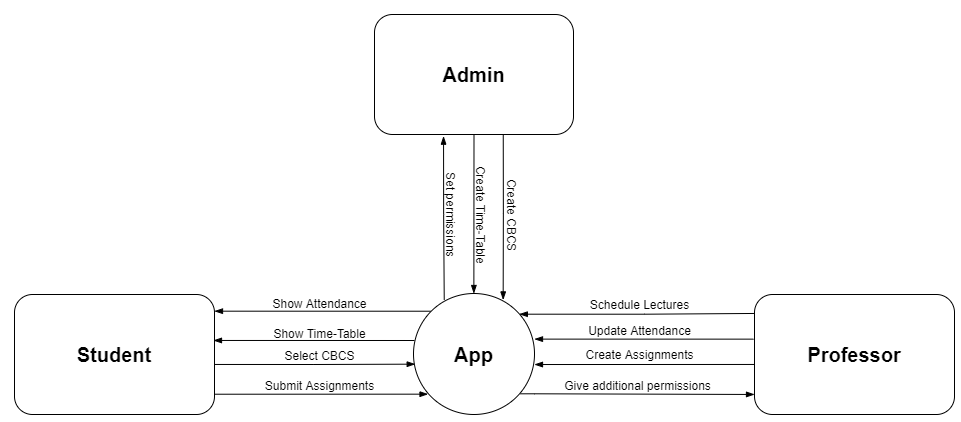
This is miscellaneous/DFD_Level_0.png from Epic-ERP/media, a draw.io export, as it was before one commit. Source tidied: cells renumbered, new cells last; positions are measured from the earlier drawing's top-left corner, leaving out a move shared by most shapes.
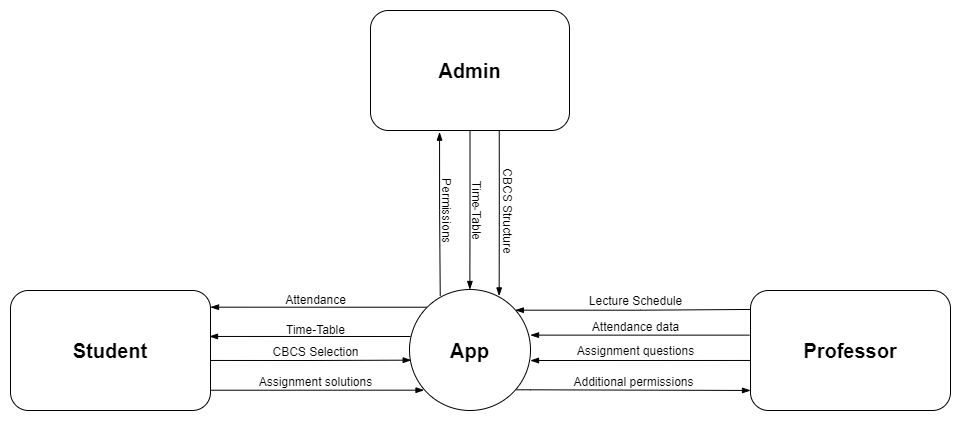
After the change.

The edit, as a diff of the source:
```diff
@@ -17,8 +17,8 @@
     <mxCell id="6" value="&lt;font style=&quot;font-size: 20px&quot;&gt;&lt;b&gt;App&lt;/b&gt;&lt;/font&gt;" style="ellipse;whiteSpace=wrap;html=1;" parent="1" vertex="1">
       <mxGeometry x="399" y="279" width="121" height="121" as="geometry" />
     </mxCell>
-    <mxCell id="7" value="&lt;font style=&quot;font-size: 12px&quot;&gt;Show Attendance&lt;/font&gt;" style="text;html=1;align=center;verticalAlign=middle;" parent="1" vertex="1">
-      <mxGeometry x="250" y="279" width="110" height="20" as="geometry" />
+    <mxCell id="7" value="&lt;font style=&quot;font-size: 12px&quot;&gt;Attendance&lt;/font&gt;" style="text;html=1;align=center;verticalAlign=middle;" parent="1" vertex="1">
+      <mxGeometry x="265" y="279" width="80" height="20" as="geometry" />
     </mxCell>
     <mxCell id="8" style="edgeStyle=orthogonalEdgeStyle;rounded=0;jettySize=auto;html=1;startArrow=none;startFill=0;endArrow=blockThin;endFill=1;exitX=1.001;exitY=0.583;exitDx=0;exitDy=0;exitPerimeter=0;entryX=0.014;entryY=0.584;entryDx=0;entryDy=0;entryPerimeter=0;" parent="1" edge="1" source="3" target="6">
       <mxGeometry relative="1" as="geometry" />
@@ -28,8 +28,8 @@
         <mxPoint x="400" y="326" as="targetPoint" />
       </mxGeometry>
     </mxCell>
-    <mxCell id="10" value="&lt;font style=&quot;font-size: 12px&quot;&gt;Show Time-Table&lt;br&gt;&lt;/font&gt;" style="text;html=1;align=center;verticalAlign=middle;spacingBottom=3;" parent="1" vertex="1">
-      <mxGeometry x="250" y="310" width="110" height="20" as="geometry" />
+    <mxCell id="10" value="&lt;font style=&quot;font-size: 12px&quot;&gt;Time-Table&lt;br&gt;&lt;/font&gt;" style="text;html=1;align=center;verticalAlign=middle;spacingBottom=3;" parent="1" vertex="1">
+      <mxGeometry x="270" y="310" width="70" height="20" as="geometry" />
     </mxCell>
     <mxCell id="11" style="edgeStyle=orthogonalEdgeStyle;rounded=0;jettySize=auto;html=1;startArrow=none;startFill=0;endArrow=blockThin;endFill=1;entryX=0.12;entryY=0.832;entryDx=0;entryDy=0;entryPerimeter=0;exitX=0.999;exitY=0.831;exitDx=0;exitDy=0;exitPerimeter=0;" parent="1" edge="1" source="3" target="6">
       <mxGeometry relative="1" as="geometry" />
@@ -40,11 +40,11 @@
     <mxCell id="13" style="edgeStyle=orthogonalEdgeStyle;rounded=0;jettySize=auto;html=1;startArrow=blockThin;startFill=1;endArrow=none;endFill=0;exitX=1;exitY=0.587;exitDx=0;exitDy=0;exitPerimeter=0;entryX=0;entryY=0.583;entryDx=0;entryDy=0;entryPerimeter=0;" parent="1" edge="1" source="6" target="4">
       <mxGeometry relative="1" as="geometry" />
     </mxCell>
-    <mxCell id="14" value="&lt;font style=&quot;font-size: 12px&quot;&gt;Select CBCS&lt;br&gt;&lt;/font&gt;" style="text;html=1;align=center;verticalAlign=middle;spacingLeft=0;spacingBottom=-3;" parent="1" vertex="1">
-      <mxGeometry x="260" y="329.5" width="90" height="20" as="geometry" />
+    <mxCell id="14" value="&lt;font style=&quot;font-size: 12px&quot;&gt;CBCS Selection&lt;br&gt;&lt;/font&gt;" style="text;html=1;align=center;verticalAlign=middle;spacingLeft=0;spacingBottom=-3;" parent="1" vertex="1">
+      <mxGeometry x="255" y="329.5" width="100" height="20" as="geometry" />
     </mxCell>
-    <mxCell id="15" value="&lt;font style=&quot;font-size: 12px&quot;&gt;Submit Assignments&lt;br&gt;&lt;/font&gt;" style="text;html=1;align=center;verticalAlign=middle;spacingLeft=0;spacingBottom=-2;" parent="1" vertex="1">
-      <mxGeometry x="245" y="360" width="120" height="20" as="geometry" />
+    <mxCell id="15" value="&lt;font style=&quot;font-size: 12px&quot;&gt;Assignment solutions&lt;br&gt;&lt;/font&gt;" style="text;html=1;align=center;verticalAlign=middle;spacingLeft=0;spacingBottom=-2;" parent="1" vertex="1">
+      <mxGeometry x="240" y="360" width="130" height="20" as="geometry" />
     </mxCell>
     <mxCell id="16" style="edgeStyle=orthogonalEdgeStyle;rounded=0;jettySize=auto;html=1;startArrow=blockThin;startFill=1;endArrow=none;endFill=0;exitX=0.875;exitY=0.171;exitDx=0;exitDy=0;exitPerimeter=0;entryX=0;entryY=0.158;entryDx=0;entryDy=0;entryPerimeter=0;" parent="1" edge="1" source="6" target="4">
       <mxGeometry relative="1" as="geometry">
@@ -63,20 +63,20 @@
     <mxCell id="18" style="edgeStyle=orthogonalEdgeStyle;rounded=0;jettySize=auto;html=1;startArrow=none;startFill=0;endArrow=blockThin;endFill=1;entryX=0.741;entryY=0.053;entryDx=0;entryDy=0;entryPerimeter=0;exitX=0.647;exitY=1;exitDx=0;exitDy=0;exitPerimeter=0;" parent="1" edge="1" source="5" target="6">
       <mxGeometry relative="1" as="geometry" />
     </mxCell>
-    <mxCell id="19" value="&lt;font style=&quot;font-size: 12px&quot;&gt;Schedule Lectures&lt;/font&gt;" style="text;html=1;align=center;verticalAlign=middle;" parent="1" vertex="1">
+    <mxCell id="19" value="&lt;font style=&quot;font-size: 12px&quot;&gt;Lecture Schedule&lt;/font&gt;" style="text;html=1;align=center;verticalAlign=middle;" parent="1" vertex="1">
       <mxGeometry x="570" y="280" width="110" height="20" as="geometry" />
     </mxCell>
-    <mxCell id="20" value="Update Attendance" style="text;html=1;align=center;verticalAlign=middle;spacingBottom=8;" parent="1" vertex="1">
-      <mxGeometry x="565" y="305" width="120" height="30" as="geometry" />
+    <mxCell id="20" value="Attendance data" style="text;html=1;align=center;verticalAlign=middle;spacingBottom=8;" parent="1" vertex="1">
+      <mxGeometry x="575" y="305" width="100" height="30" as="geometry" />
     </mxCell>
-    <mxCell id="21" value="Create Assignments" style="text;html=1;align=center;verticalAlign=middle;spacingBottom=-1;" parent="1" vertex="1">
-      <mxGeometry x="565" y="329.5" width="120" height="20" as="geometry" />
+    <mxCell id="21" value="Assignment questions" style="text;html=1;align=center;verticalAlign=middle;spacingBottom=-1;" parent="1" vertex="1">
+      <mxGeometry x="560" y="329.5" width="130" height="20" as="geometry" />
     </mxCell>
-    <mxCell id="22" value="Give additional permissions" style="text;html=1;align=center;verticalAlign=middle;spacingBottom=-1;spacingRight=5;" parent="1" vertex="1">
-      <mxGeometry x="540" y="360" width="170" height="20" as="geometry" />
+    <mxCell id="22" value="Additional permissions" style="text;html=1;align=center;verticalAlign=middle;spacingBottom=-1;spacingRight=5;" parent="1" vertex="1">
+      <mxGeometry x="555" y="360" width="140" height="20" as="geometry" />
     </mxCell>
-    <mxCell id="23" value="&lt;font style=&quot;font-size: 12px&quot;&gt;Create CBCS&lt;/font&gt;" style="text;html=1;align=center;verticalAlign=middle;rotation=90;spacingBottom=-3;" parent="1" vertex="1">
-      <mxGeometry x="454" y="190" width="90" height="20" as="geometry" />
+    <mxCell id="23" value="&lt;font style=&quot;font-size: 12px&quot;&gt;CBCS Structure&lt;/font&gt;" style="text;html=1;align=center;verticalAlign=middle;rotation=90;spacingBottom=-3;" parent="1" vertex="1">
+      <mxGeometry x="449" y="190" width="100" height="20" as="geometry" />
     </mxCell>
     <mxCell id="24" style="edgeStyle=orthogonalEdgeStyle;rounded=0;jettySize=auto;html=1;startArrow=none;startFill=0;endArrow=blockThin;endFill=1;exitX=0.5;exitY=1;exitDx=0;exitDy=0;" parent="1" edge="1" source="5">
       <mxGeometry relative="1" as="geometry">
@@ -91,11 +91,11 @@
         </Array>
       </mxGeometry>
     </mxCell>
-    <mxCell id="26" value="&lt;font style=&quot;font-size: 12px&quot;&gt;Create Time-Table&lt;/font&gt;" style="text;html=1;align=center;verticalAlign=middle;rotation=90;spacingBottom=4;" parent="1" vertex="1">
-      <mxGeometry x="410" y="190" width="110" height="20" as="geometry" />
+    <mxCell id="26" value="&lt;font style=&quot;font-size: 12px&quot;&gt;Time-Table&lt;/font&gt;" style="text;html=1;align=center;verticalAlign=middle;rotation=90;spacingBottom=4;" parent="1" vertex="1">
+      <mxGeometry x="430" y="190" width="70" height="20" as="geometry" />
     </mxCell>
-    <mxCell id="27" value="&lt;font style=&quot;font-size: 12px&quot;&gt;Set permissions&lt;/font&gt;" style="text;html=1;align=center;verticalAlign=middle;rotation=90;spacingBottom=4;" parent="1" vertex="1">
-      <mxGeometry x="385" y="190" width="100" height="20" as="geometry" />
+    <mxCell id="27" value="&lt;font style=&quot;font-size: 12px&quot;&gt;Permissions&lt;/font&gt;" style="text;html=1;align=center;verticalAlign=middle;rotation=90;spacingBottom=4;" parent="1" vertex="1">
+      <mxGeometry x="395" y="190" width="80" height="20" as="geometry" />
     </mxCell>
   </root>
 </mxGraphModel>
```
